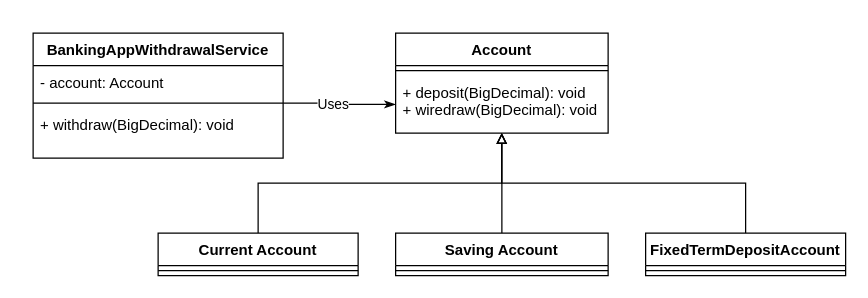
The draw.io diagram page "LSP - before 2" (6 of 11) of diagrams/solid-diagrams.drawio in mauriciogeneroso/solid-principles, before the edit. Source tidied: cells renumbered, new cells numbered last; positions are measured from the earlier drawing's top-left corner, leaving out a move shared by most shapes. Both pictures are drawn from the tidied source at 125%, with x=0, y=0 at pixel (32, 32).
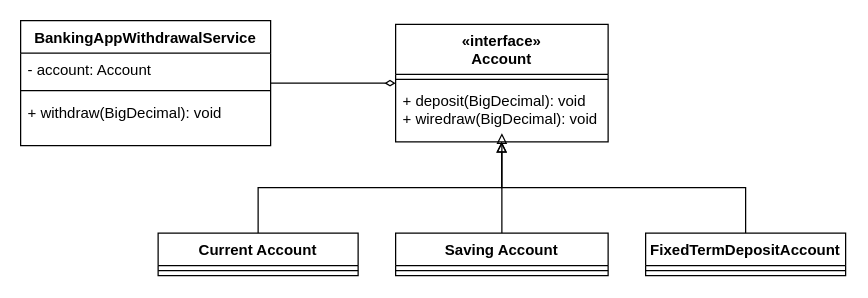
The same page after the edit.

Unchanged cells that the change refers to:
```xml
<mxCell id="13" style="line;strokeWidth=1;fillColor=none;align=left;verticalAlign=middle;spacingTop=-1;spacingLeft=3;spacingRight=3;labelPosition=right;points=[];portConstraint=eastwest;" parent="11" vertex="1">
  <mxGeometry y="52" width="200" height="8" as="geometry" />
</mxCell>
```

Diff of the diagram source:
```diff
@@
-    <mxCell id="2" value="Account" style="swimlane;fontStyle=1;align=center;verticalAlign=top;horizontal=1;startSize=26;" parent="1" vertex="1">
-      <mxGeometry x="290" width="170" height="80" as="geometry" />
+    <mxCell id="2" value="«interface»&#10;Account" style="swimlane;fontStyle=1;align=center;verticalAlign=top;horizontal=1;startSize=40;" parent="1" vertex="1">
+      <mxGeometry x="290" y="-7" width="170" height="94" as="geometry" />
     </mxCell>
     <mxCell id="3" style="line;strokeWidth=1;fillColor=none;align=left;verticalAlign=middle;spacingTop=-1;spacingLeft=3;spacingRight=3;labelPosition=right;" parent="2" vertex="1">
-      <mxGeometry y="26" width="170" height="8" as="geometry" />
+      <mxGeometry y="40" width="170" height="8" as="geometry" />
     </mxCell>
     <mxCell id="4" value="+ deposit(BigDecimal): void&#10;+ wiredraw(BigDecimal): void" style="text;strokeColor=none;fillColor=none;align=left;verticalAlign=top;spacingLeft=4;spacingRight=4;overflow=hidden;points=[[0,0.5],[1,0.5]];portConstraint=eastwest;" parent="2" vertex="1">
-      <mxGeometry y="34" width="170" height="46" as="geometry" />
+      <mxGeometry y="48" width="170" height="46" as="geometry" />
     </mxCell>
@@
+    <mxCell id="20" style="edgeStyle=orthogonalEdgeStyle;rounded=0;jettySize=auto;html=1;endArrow=diamondThin;endFill=0;" parent="1" edge="1" source="11" target="2">
+      <mxGeometry relative="1" as="geometry" />
+    </mxCell>
     <mxCell id="11" value="BankingAppWithdrawalService" style="swimlane;fontStyle=1;align=center;verticalAlign=top;horizontal=1;startSize=26;" parent="1" vertex="1">
-      <mxGeometry width="200" height="100" as="geometry" />
+      <mxGeometry x="-10" y="-10" width="200" height="100" as="geometry" />
     </mxCell>
@@
-    <mxCell id="15" style="edgeStyle=orthogonalEdgeStyle;rounded=0;jettySize=auto;html=1;entryX=0;entryY=0.5;entryDx=0;entryDy=0;endArrow=classicThin;endFill=1;strokeColor=default;" parent="1" edge="1" source="13" target="4">
-      <mxGeometry relative="1" as="geometry" />
-    </mxCell>
-    <mxCell id="16" value="Uses" style="edgeLabel;html=1;align=center;verticalAlign=middle;" parent="15" vertex="1">
-      <mxGeometry x="-0.14" relative="1" as="geometry" />
-    </mxCell>
```
